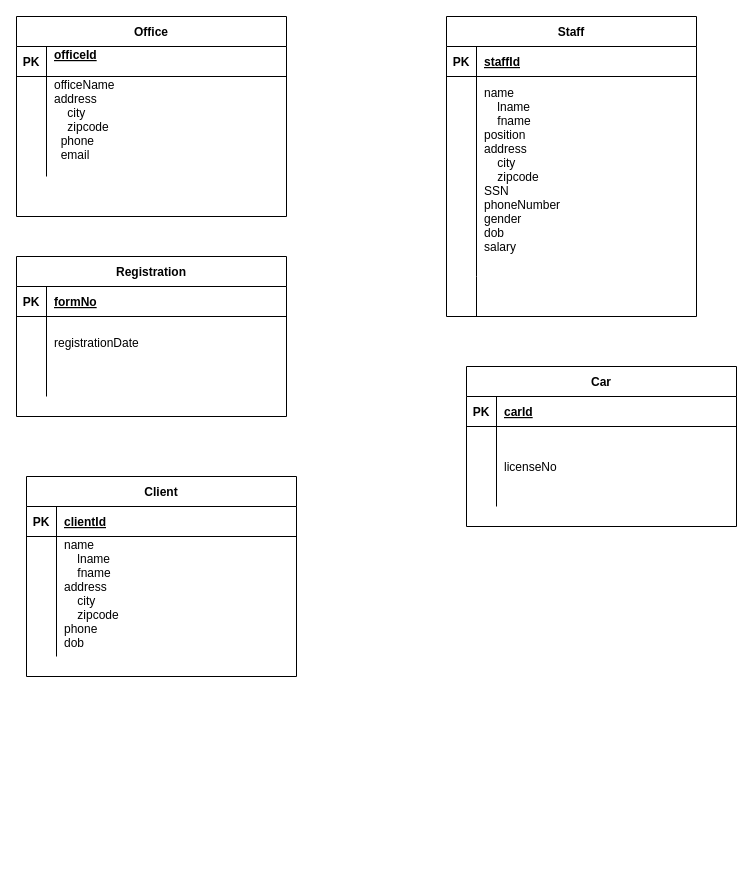
Above: dbms project part 1.drawio in arindakhill/7.-DBMS-by-Mrudula-Mukadam (draw.io), before the change. Source tidied: cells renumbered, new cells numbered last; positions are measured from the earlier drawing's top-left corner, leaving out a move shared by most shapes. Both pictures are drawn from the tidied source at 100%, with x=0, y=0 at pixel (16, 16).
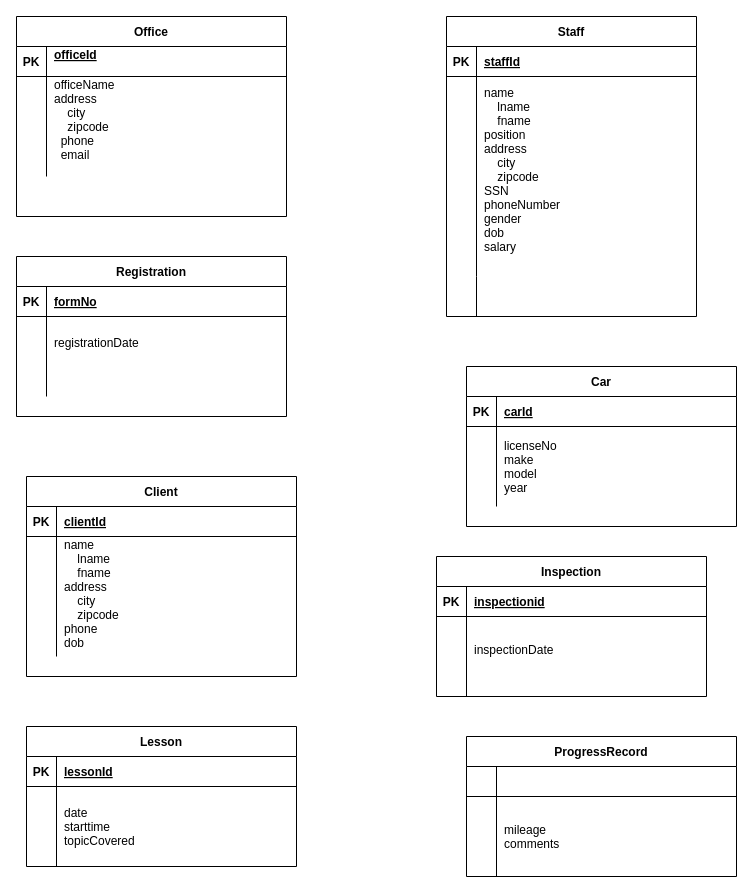
The same page after the edit.

Unchanged cells that the change refers to:
```xml
<mxCell id="37" style="shape=partialRectangle;fillColor=none;top=0;left=0;right=0;bottom=0;" parent="33" vertex="1">
  <mxGeometry y="60" width="270" height="80" as="geometry" />
</mxCell>
```

Change to the diagram source:
```diff
@@
-    <mxCell id="39" value="licenseNo" style="shape=partialRectangle;overflow=hidden;fillColor=none;top=0;left=0;bottom=0;right=0;align=left;spacingLeft=6;" parent="37" vertex="1">
+    <mxCell id="39" value="licenseNo&#10;make&#10;model&#10;year" style="shape=partialRectangle;overflow=hidden;fillColor=none;top=0;left=0;bottom=0;right=0;align=left;spacingLeft=6;" parent="37" vertex="1">
       <mxGeometry x="30" width="240" height="80" as="geometry" />
     </mxCell>
+    <mxCell id="40" value="Inspection" style="shape=table;startSize=30;childLayout=tableLayout;rowLines=0;fontStyle=1;align=center;" parent="1" vertex="1">
+      <mxGeometry x="420" y="540" width="270" height="140" as="geometry" />
+    </mxCell>
+    <mxCell id="41" style="shape=partialRectangle;fillColor=none;top=0;left=0;right=0;bottom=1;" parent="40" vertex="1">
+      <mxGeometry y="30" width="270" height="30" as="geometry" />
+    </mxCell>
+    <mxCell id="42" value="PK" style="shape=partialRectangle;overflow=hidden;fillColor=none;top=0;left=0;bottom=0;right=0;fontStyle=1;" parent="41" vertex="1">
+      <mxGeometry width="30" height="30" as="geometry" />
+    </mxCell>
+    <mxCell id="43" value="inspectionid" style="shape=partialRectangle;overflow=hidden;fillColor=none;top=0;left=0;bottom=0;right=0;align=left;spacingLeft=6;fontStyle=5;" parent="41" vertex="1">
+      <mxGeometry x="30" width="240" height="30" as="geometry" />
+    </mxCell>
+    <mxCell id="44" style="shape=partialRectangle;fillColor=none;top=0;left=0;right=0;bottom=0;" parent="40" vertex="1">
+      <mxGeometry y="60" width="270" height="80" as="geometry" />
+    </mxCell>
+    <mxCell id="45" style="shape=partialRectangle;overflow=hidden;fillColor=none;top=0;left=0;bottom=0;right=0;" parent="44" vertex="1">
+      <mxGeometry width="30" height="80" as="geometry" />
+    </mxCell>
+    <mxCell id="46" value="inspectionDate&#10;" style="shape=partialRectangle;overflow=hidden;fillColor=none;top=0;left=0;bottom=0;right=0;align=left;spacingLeft=6;" parent="44" vertex="1">
+      <mxGeometry x="30" width="240" height="80" as="geometry" />
+    </mxCell>
+    <mxCell id="47" value="Lesson" style="shape=table;startSize=30;childLayout=tableLayout;rowLines=0;fontStyle=1;align=center;" parent="1" vertex="1">
+      <mxGeometry x="10" y="710" width="270" height="140" as="geometry" />
+    </mxCell>
+    <mxCell id="48" style="shape=partialRectangle;fillColor=none;top=0;left=0;right=0;bottom=1;" parent="47" vertex="1">
+      <mxGeometry y="30" width="270" height="30" as="geometry" />
+    </mxCell>
+    <mxCell id="49" value="PK" style="shape=partialRectangle;overflow=hidden;fillColor=none;top=0;left=0;bottom=0;right=0;fontStyle=1;" parent="48" vertex="1">
+      <mxGeometry width="30" height="30" as="geometry" />
+    </mxCell>
+    <mxCell id="50" value="lessonId" style="shape=partialRectangle;overflow=hidden;fillColor=none;top=0;left=0;bottom=0;right=0;align=left;spacingLeft=6;fontStyle=5;" parent="48" vertex="1">
+      <mxGeometry x="30" width="240" height="30" as="geometry" />
+    </mxCell>
+    <mxCell id="51" style="shape=partialRectangle;fillColor=none;top=0;left=0;right=0;bottom=0;" parent="47" vertex="1">
+      <mxGeometry y="60" width="270" height="80" as="geometry" />
+    </mxCell>
+    <mxCell id="52" style="shape=partialRectangle;overflow=hidden;fillColor=none;top=0;left=0;bottom=0;right=0;" parent="51" vertex="1">
+      <mxGeometry width="30" height="80" as="geometry" />
+    </mxCell>
+    <mxCell id="53" value="date&#10;starttime&#10;topicCovered" style="shape=partialRectangle;overflow=hidden;fillColor=none;top=0;left=0;bottom=0;right=0;align=left;spacingLeft=6;" parent="51" vertex="1">
+      <mxGeometry x="30" width="240" height="80" as="geometry" />
+    </mxCell>
+    <mxCell id="54" value="ProgressRecord" style="shape=table;startSize=30;childLayout=tableLayout;rowLines=0;fontStyle=1;align=center;" parent="1" vertex="1">
+      <mxGeometry x="450" y="720" width="270" height="140" as="geometry" />
+    </mxCell>
+    <mxCell id="55" style="shape=partialRectangle;fillColor=none;top=0;left=0;right=0;bottom=1;" parent="54" vertex="1">
+      <mxGeometry y="30" width="270" height="30" as="geometry" />
+    </mxCell>
+    <mxCell id="56" style="shape=partialRectangle;overflow=hidden;fillColor=none;top=0;left=0;bottom=0;right=0;fontStyle=1;" parent="55" vertex="1">
+      <mxGeometry width="30" height="30" as="geometry" />
+    </mxCell>
+    <mxCell id="57" style="shape=partialRectangle;overflow=hidden;fillColor=none;top=0;left=0;bottom=0;right=0;align=left;spacingLeft=6;fontStyle=5;" parent="55" vertex="1">
+      <mxGeometry x="30" width="240" height="30" as="geometry" />
+    </mxCell>
+    <mxCell id="58" style="shape=partialRectangle;fillColor=none;top=0;left=0;right=0;bottom=0;" parent="54" vertex="1">
+      <mxGeometry y="60" width="270" height="80" as="geometry" />
+    </mxCell>
+    <mxCell id="59" style="shape=partialRectangle;overflow=hidden;fillColor=none;top=0;left=0;bottom=0;right=0;" parent="58" vertex="1">
+      <mxGeometry width="30" height="80" as="geometry" />
+    </mxCell>
+    <mxCell id="60" value="mileage&#10;comments" style="shape=partialRectangle;overflow=hidden;fillColor=none;top=0;left=0;bottom=0;right=0;align=left;spacingLeft=6;" parent="58" vertex="1">
+      <mxGeometry x="30" width="240" height="80" as="geometry" />
+    </mxCell>
```
